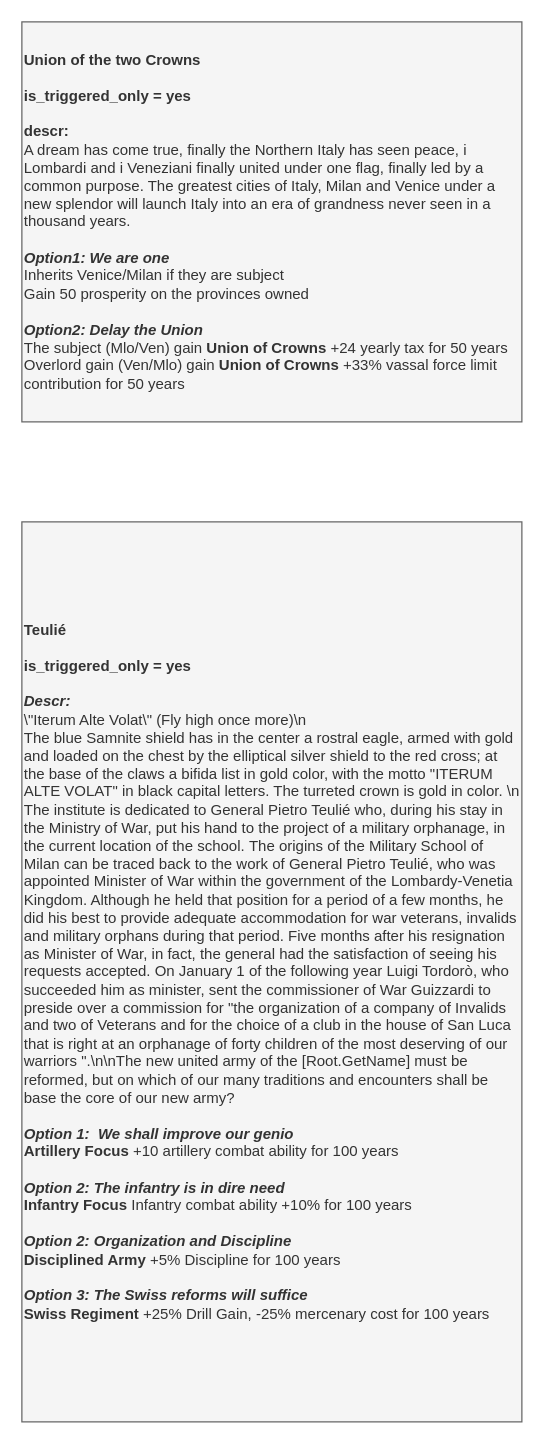
Earlier version of the draw.io diagram page "Events" (3 of 5) of It's Cotoletta and Moleche Time/It's Cotoletta and Moleche.drawio (Melvasul/Missions-Expanded). Source tidied: cells renumbered, new cells numbered last; positions are measured from the earlier drawing's top-left corner, leaving out a move shared by most shapes. Both pictures are drawn from the tidied source at 125%, with x=0, y=0 at pixel (21, 21).
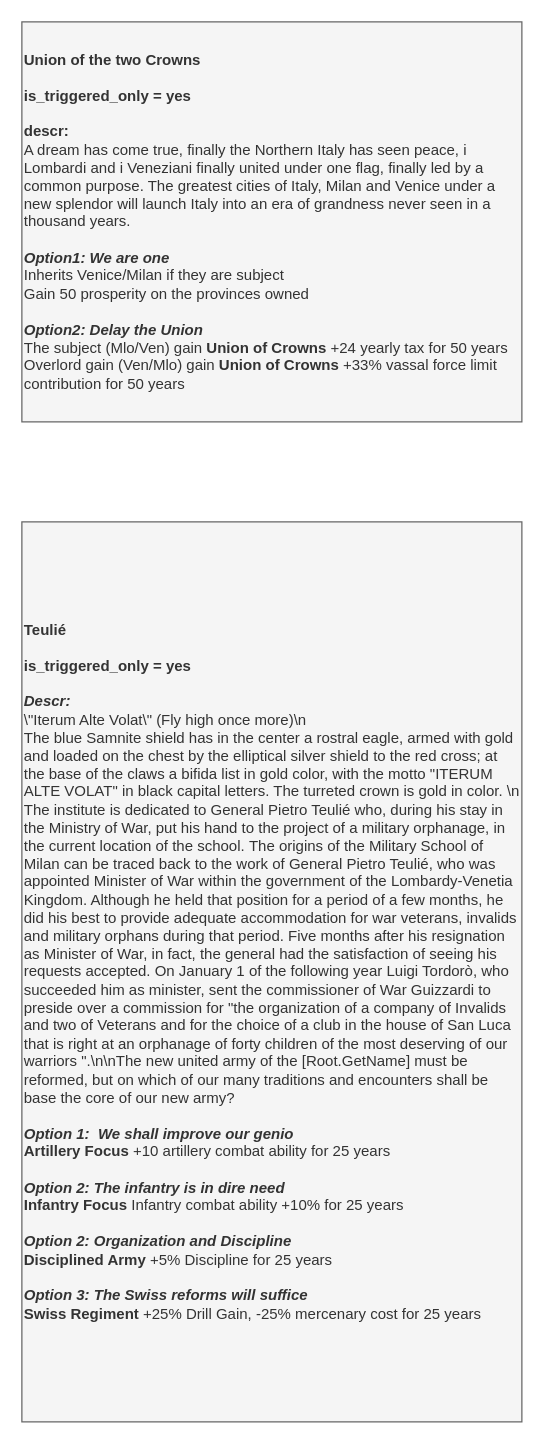
After the change.

Diff of the diagram source:
```diff
@@
 <mxGraphModel>
   <root>
     <mxCell id="0" />
     <mxCell id="1" parent="0" />
     <mxCell id="2" value="&lt;div style=&quot;font-size: 12px&quot;&gt;&lt;b&gt;Union of the two Crowns&lt;/b&gt;&lt;br&gt;&lt;/div&gt;&lt;div style=&quot;font-size: 12px&quot;&gt;&lt;span style=&quot;font-size: 12px&quot;&gt;&lt;br&gt;&lt;/span&gt;&lt;/div&gt;&lt;div style=&quot;font-size: 12px&quot;&gt;&lt;span style=&quot;font-size: 12px&quot;&gt;&lt;b&gt;is_triggered_only = yes&lt;/b&gt;&lt;/span&gt;&lt;/div&gt;&lt;div style=&quot;font-size: 12px&quot;&gt;&lt;span style=&quot;font-size: 12px&quot;&gt;&lt;br&gt;&lt;/span&gt;&lt;/div&gt;&lt;div style=&quot;font-size: 12px&quot;&gt;&lt;span style=&quot;font-size: 12px&quot;&gt;&lt;b&gt;descr:&lt;/b&gt;&lt;/span&gt;&lt;/div&gt;&lt;div style=&quot;font-size: 12px&quot;&gt;A dream has come true, finally the Northern Italy has seen peace, i Lombardi and i Veneziani finally united under one flag, finally led by a common purpose. The greatest cities of Italy, Milan and Venice under a new splendor will launch Italy into an era of grandness never seen in a thousand years.&lt;/div&gt;&lt;div style=&quot;font-size: 12px&quot;&gt;&lt;span style=&quot;font-size: 12px&quot;&gt;&lt;br style=&quot;font-size: 12px&quot;&gt;&lt;/span&gt;&lt;/div&gt;&lt;div style=&quot;font-size: 12px&quot;&gt;&lt;span style=&quot;font-size: 12px&quot;&gt;&lt;i&gt;&lt;b&gt;Option1: &lt;/b&gt;&lt;b&gt;We are one&lt;/b&gt;&lt;/i&gt;&lt;/span&gt;&lt;/div&gt;&lt;div style=&quot;font-size: 12px&quot;&gt;&lt;span style=&quot;font-size: 12px&quot;&gt;Inherits Venice/Milan if they are subject&lt;/span&gt;&lt;/div&gt;&lt;div style=&quot;font-size: 12px&quot;&gt;&lt;span style=&quot;font-size: 12px&quot;&gt;Gain 50 prosperity on the provinces owned&lt;/span&gt;&lt;/div&gt;&lt;div style=&quot;font-size: 12px&quot;&gt;&lt;span style=&quot;font-size: 12px&quot;&gt;&lt;br&gt;&lt;/span&gt;&lt;/div&gt;&lt;div style=&quot;font-size: 12px&quot;&gt;&lt;span style=&quot;font-size: 12px&quot;&gt;&lt;b&gt;&lt;i&gt;Option2: Delay the Union&lt;/i&gt;&lt;/b&gt;&lt;/span&gt;&lt;/div&gt;The subject (Mlo/Ven) gain &lt;b&gt;Union of Crowns&lt;/b&gt;&amp;nbsp;+24 yearly tax for 50 years&lt;br&gt;Overlord gain (Ven/Mlo) gain&amp;nbsp;&lt;b&gt;Union of Crowns&lt;/b&gt;&amp;nbsp;+33% vassal force limit contribution for 50 years" style="rounded=0;whiteSpace=wrap;html=1;fillColor=#f5f5f5;strokeColor=#666666;fontSize=12;fontColor=#333333;align=left;verticalAlign=middle;" parent="1" vertex="1">
       <mxGeometry width="400" height="320" as="geometry" />
     </mxCell>
-    <mxCell id="3" value="&lt;div style=&quot;font-size: 12px&quot;&gt;&lt;b&gt;Teulié&lt;/b&gt;&lt;/div&gt;&lt;div style=&quot;font-size: 12px&quot;&gt;&lt;br&gt;&lt;/div&gt;&lt;div style=&quot;font-size: 12px&quot;&gt;&lt;b&gt;is_triggered_only = yes&lt;/b&gt;&lt;/div&gt;&lt;div style=&quot;font-size: 12px&quot;&gt;&lt;b&gt;&lt;br&gt;&lt;/b&gt;&lt;/div&gt;&lt;div&gt;&lt;font&gt;&lt;div style=&quot;font-size: 12px&quot;&gt;&lt;b style=&quot;font-size: 12px&quot;&gt;&lt;i style=&quot;font-size: 12px&quot;&gt;Descr:&lt;/i&gt;&lt;/b&gt;&lt;/div&gt;&lt;div&gt;\&quot;Iterum Alte Volat\&quot; (Fly high once more)\n&lt;br&gt;&lt;/div&gt;&lt;div&gt;The blue Samnite shield has in the center a rostral eagle, armed with gold and loaded on the chest by the elliptical silver shield to the red cross; at the base of the claws a bifida list in gold color, with the motto &quot;ITERUM ALTE VOLAT&quot; in black capital letters. The turreted crown is gold in color. \n&lt;/div&gt;&lt;div&gt;The institute is dedicated to General Pietro Teulié who, during his stay in the Ministry of War, put his hand to the project of a military orphanage, in the current location of the school.&amp;nbsp;&lt;span&gt;The origins of the Military School of Milan can be traced back to the work of General Pietro Teulié, who was appointed Minister of War within the government of the Lombardy-Venetia Kingdom. Although he held that position for a period of a few months, he did his best to provide adequate accommodation for war veterans, invalids and military orphans during that period. Five months after his resignation as Minister of War, in fact, the general had the satisfaction of seeing his requests accepted. On January 1 of the following year Luigi Tordorò, who succeeded him as minister, sent the commissioner of War Guizzardi to preside over a commission for &quot;the organization of a company of Invalids and two of Veterans and for the choice of a club in the house of San Luca that is right at an orphanage of forty children of the most deserving of our warriors &quot;.&lt;/span&gt;&lt;span&gt;\n\n&lt;/span&gt;&lt;span&gt;The new united army of the [Root.GetName] must be reformed, but on which of our many traditions and encounters shall be base the core of our new army?&lt;/span&gt;&lt;/div&gt;&lt;div&gt;&lt;span&gt;&lt;br&gt;&lt;/span&gt;&lt;/div&gt;&lt;div&gt;&lt;b&gt;&lt;i&gt;Option 1:&lt;/i&gt;&lt;/b&gt;&lt;i&gt;&amp;nbsp;&amp;nbsp;&lt;b&gt;We shall improve our genio&lt;/b&gt;&lt;/i&gt;&lt;br&gt;&lt;b&gt;Artillery Focus&amp;nbsp;&lt;/b&gt;+10 artillery combat ability for 100 years&lt;br&gt;&lt;br&gt;&lt;i&gt;&lt;b&gt;Option 2:&amp;nbsp;&lt;/b&gt;&lt;/i&gt;&lt;b&gt;&lt;i&gt;The infantry is in dire need&lt;/i&gt;&lt;/b&gt;&lt;br&gt;&lt;b&gt;Infantry Focus&amp;nbsp;&lt;/b&gt;Infantry combat ability +10%&lt;span&gt;&amp;nbsp;&lt;/span&gt;&lt;span&gt;for 100 years&lt;/span&gt;&lt;/div&gt;&lt;/font&gt;&lt;/div&gt;&lt;font&gt;&lt;br&gt;&lt;b&gt;&lt;i&gt;Option 2:&amp;nbsp;Organization and Discipline&lt;/i&gt;&lt;/b&gt;&lt;br&gt;&lt;b&gt;Disciplined Army&lt;/b&gt;&amp;nbsp;+5% Discipline&amp;nbsp;for 100 years&lt;br&gt;&lt;br&gt;&lt;b&gt;&lt;i&gt;Option 3:&amp;nbsp;The Swiss reforms will suffice&lt;/i&gt;&lt;/b&gt;&lt;br&gt;&lt;b&gt;Swiss Regiment&amp;nbsp;&lt;/b&gt;+25% Drill Gain, -25% mercenary cost&lt;span style=&quot;color: rgba(0 , 0 , 0 , 0) ; font-family: monospace ; font-size: 0px&quot;&gt;del%3E%3Croot%3E%3CmxCell%20id%3D%220%22%2F%3E%3CmxCell%20id%3D%221%22%20parent%3D%220%22%2F%3E%3CmxCell%20id%3D%222%22%20value%3D%22%26lt%3Bdiv%20style%3D%26quot%3Bfont-size%3A%2012px%26quot%3B%26gt%3B%26lt%3Bb%26gt%3BNunziatella%26lt%3B%2Fb%26gt%3B%26lt%3B%2Fdiv%26gt%3B%26lt%3Bdiv%20style%3D%26quot%3Bfont-size%3A%2012px%26quot%3B%26gt%3B%26lt%3Bb%26gt%3B%26lt%3Bbr%26gt%3B%26lt%3B%2Fb%26gt%3B%26lt%3B%2Fdiv%26gt%3B%26lt%3Bdiv%20style%3D%26quot%3Bfont-size%3A%2012px%26quot%3B%26gt%3B%26lt%3Bb%26gt%3Bpotential%3A%26lt%3B%2Fb%26gt%3B%26lt%3B%2Fdiv%26gt%3B%26lt%3Bdiv%20style%3D%26quot%3Bfont-size%3A%2012px%26quot%3B%26gt%3BIs%20the%20TTS%26lt%3B%2Fdiv%26gt%3B%26lt%3Bdiv%20style%3D%26quot%3Bfont-size%3A%2012px%26quot%3B%26gt%3Bcompleted%20mission%3A%20Military%20Reforms%26lt%3B%2Fdiv%26gt%3B%26lt%3Bdiv%20style%3D%26quot%3Bfont-size%3A%2012px%26quot%3B%26gt%3B%26lt%3Bb%26gt%3B%26lt%3Bbr%26gt%3B%26lt%3B%2Fb%26gt%3B%26lt%3B%2Fdiv%26gt%3B%26lt%3Bdiv%20style%3D%26quot%3Bfont-size%3A%2012px%26quot%3B%26gt%3B%26lt%3Bb%26gt%3BAllow%3A%26lt%3B%2Fb%26gt%3B%26lt%3B%2Fdiv%26gt%3B%26lt%3Bdiv%20style%3D%26quot%3Bfont-size%3A%2012px%26quot%3B%26gt%3B%26lt%3Bbr%26gt%3B%26lt%3B%2Fdiv%26gt%3B%26lt%3Bdiv%20style%3D%26quot%3Bfont-size%3A%2012px%26quot%3B%26gt%3B%26lt%3Bb%26gt%3B%26lt%3Bbr%26gt%3B%26lt%3B%2Fb%26gt%3B%26lt%3B%2Fdiv%26gt%3B%26lt%3Bdiv%26gt%3B%26lt%3Bfont%26gt%3B%26lt%3Bdiv%20style%3D%26quot%3Bfont-size%3A%2012px%26quot%3B%26gt%3B%26lt%3Bb%20style%3D%26quot%3Bfont-size%3A%2012px%26quot%3B%26gt%3B%26lt%3Bi%20style%3D%26quot%3Bfont-size%3A%2012px%26quot%3B%26gt%3BDescr%3A%26amp%3Bnbsp%3B%26lt%3B%2Fi%26gt%3B%26lt%3B%2Fb%26gt%3B%26lt%3B%2Fdiv%26gt%3B%26lt%3Bdiv%20style%3D%26quot%3Bfont-size%3A%2012px%26quot%3B%26gt%3B%26lt%3B%2Fdiv%26gt%3B%26lt%3B%2Ffont%26gt%3B%26lt%3B%2Fdiv%26gt%3B%26lt%3Bfont%26gt%3B%26lt%3Bbr%26gt%3B%26lt%3B%2Ffont%26gt%3B%22%20style%3D%22rounded%3D0%3BwhiteSpace%3Dwrap%3Bhtml%3D1%3Balign%3Dleft%3BfontSize%3D12%3BfillColor%3D%23f5f5f5%3BstrokeColor%3D%23666666%3BfontColor%3D%23333333%3BfontFamily%3DHelvetica%3B%22%20vertex%3D%221%22%20parent%3D%221%22%3E%3CmxGeometry%20x%3D%22480%22%20width%3D%22400%22%20height%3D%22320%22%20as%3D%22geometry%22%2F%3E%3C%2FmxCell%3E%3C%2Froot%3E%3C%2FmxGraphModel%dasdasdasdasddadasdasd3E&lt;b&gt;Lo11&lt;/b&gt;&lt;/span&gt;&amp;nbsp;for 100 years&lt;br&gt;&lt;/font&gt;" style="rounded=0;whiteSpace=wrap;html=1;align=left;fontSize=12;fillColor=#f5f5f5;strokeColor=#666666;fontColor=#333333;fontFamily=Helvetica;" parent="1" vertex="1">
+    <mxCell id="3" value="&lt;div style=&quot;font-size: 12px&quot;&gt;&lt;b&gt;Teulié&lt;/b&gt;&lt;/div&gt;&lt;div style=&quot;font-size: 12px&quot;&gt;&lt;br&gt;&lt;/div&gt;&lt;div style=&quot;font-size: 12px&quot;&gt;&lt;b&gt;is_triggered_only = yes&lt;/b&gt;&lt;/div&gt;&lt;div style=&quot;font-size: 12px&quot;&gt;&lt;b&gt;&lt;br&gt;&lt;/b&gt;&lt;/div&gt;&lt;div&gt;&lt;font&gt;&lt;div style=&quot;font-size: 12px&quot;&gt;&lt;b style=&quot;font-size: 12px&quot;&gt;&lt;i style=&quot;font-size: 12px&quot;&gt;Descr:&lt;/i&gt;&lt;/b&gt;&lt;/div&gt;&lt;div&gt;\&quot;Iterum Alte Volat\&quot; (Fly high once more)\n&lt;br&gt;&lt;/div&gt;&lt;div&gt;The blue Samnite shield has in the center a rostral eagle, armed with gold and loaded on the chest by the elliptical silver shield to the red cross; at the base of the claws a bifida list in gold color, with the motto &quot;ITERUM ALTE VOLAT&quot; in black capital letters. The turreted crown is gold in color. \n&lt;/div&gt;&lt;div&gt;The institute is dedicated to General Pietro Teulié who, during his stay in the Ministry of War, put his hand to the project of a military orphanage, in the current location of the school.&amp;nbsp;&lt;span&gt;The origins of the Military School of Milan can be traced back to the work of General Pietro Teulié, who was appointed Minister of War within the government of the Lombardy-Venetia Kingdom. Although he held that position for a period of a few months, he did his best to provide adequate accommodation for war veterans, invalids and military orphans during that period. Five months after his resignation as Minister of War, in fact, the general had the satisfaction of seeing his requests accepted. On January 1 of the following year Luigi Tordorò, who succeeded him as minister, sent the commissioner of War Guizzardi to preside over a commission for &quot;the organization of a company of Invalids and two of Veterans and for the choice of a club in the house of San Luca that is right at an orphanage of forty children of the most deserving of our warriors &quot;.&lt;/span&gt;&lt;span&gt;\n\n&lt;/span&gt;&lt;span&gt;The new united army of the [Root.GetName] must be reformed, but on which of our many traditions and encounters shall be base the core of our new army?&lt;/span&gt;&lt;/div&gt;&lt;div&gt;&lt;span&gt;&lt;br&gt;&lt;/span&gt;&lt;/div&gt;&lt;div&gt;&lt;b&gt;&lt;i&gt;Option 1:&lt;/i&gt;&lt;/b&gt;&lt;i&gt;&amp;nbsp;&amp;nbsp;&lt;b&gt;We shall improve our genio&lt;/b&gt;&lt;/i&gt;&lt;br&gt;&lt;b&gt;Artillery Focus&amp;nbsp;&lt;/b&gt;+10 artillery combat ability for 25 years&lt;br&gt;&lt;br&gt;&lt;i&gt;&lt;b&gt;Option 2:&amp;nbsp;&lt;/b&gt;&lt;/i&gt;&lt;b&gt;&lt;i&gt;The infantry is in dire need&lt;/i&gt;&lt;/b&gt;&lt;br&gt;&lt;b&gt;Infantry Focus&amp;nbsp;&lt;/b&gt;Infantry combat ability +10%&lt;span&gt;&amp;nbsp;&lt;/span&gt;&lt;span&gt;for 25 years&lt;/span&gt;&lt;/div&gt;&lt;/font&gt;&lt;/div&gt;&lt;font&gt;&lt;br&gt;&lt;b&gt;&lt;i&gt;Option 2:&amp;nbsp;Organization and Discipline&lt;/i&gt;&lt;/b&gt;&lt;br&gt;&lt;b&gt;Disciplined Army&lt;/b&gt;&amp;nbsp;+5% Discipline&amp;nbsp;for 25 years&lt;br&gt;&lt;br&gt;&lt;b&gt;&lt;i&gt;Option 3:&amp;nbsp;The Swiss reforms will suffice&lt;/i&gt;&lt;/b&gt;&lt;br&gt;&lt;b&gt;Swiss Regiment&amp;nbsp;&lt;/b&gt;+25% Drill Gain, -25% mercenary cost&lt;span style=&quot;color: rgba(0 , 0 , 0 , 0) ; font-family: monospace ; font-size: 0px&quot;&gt;del%3E%3Croot%3E%3CmxCell%20id%3D%220%22%2F%3E%3CmxCell%20id%3D%221%22%20parent%3D%220%22%2F%3E%3CmxCell%20id%3D%222%22%20value%3D%22%26lt%3Bdiv%20style%3D%26quot%3Bfont-size%3A%2012px%26quot%3B%26gt%3B%26lt%3Bb%26gt%3BNunziatella%26lt%3B%2Fb%26gt%3B%26lt%3B%2Fdiv%26gt%3B%26lt%3Bdiv%20style%3D%26quot%3Bfont-size%3A%2012px%26quot%3B%26gt%3B%26lt%3Bb%26gt%3B%26lt%3Bbr%26gt%3B%26lt%3B%2Fb%26gt%3B%26lt%3B%2Fdiv%26gt%3B%26lt%3Bdiv%20style%3D%26quot%3Bfont-size%3A%2012px%26quot%3B%26gt%3B%26lt%3Bb%26gt%3Bpotential%3A%26lt%3B%2Fb%26gt%3B%26lt%3B%2Fdiv%26gt%3B%26lt%3Bdiv%20style%3D%26quot%3Bfont-size%3A%2012px%26quot%3B%26gt%3BIs%20the%20TTS%26lt%3B%2Fdiv%26gt%3B%26lt%3Bdiv%20style%3D%26quot%3Bfont-size%3A%2012px%26quot%3B%26gt%3Bcompleted%20mission%3A%20Military%20Reforms%26lt%3B%2Fdiv%26gt%3B%26lt%3Bdiv%20style%3D%26quot%3Bfont-size%3A%2012px%26quot%3B%26gt%3B%26lt%3Bb%26gt%3B%26lt%3Bbr%26gt%3B%26lt%3B%2Fb%26gt%3B%26lt%3B%2Fdiv%26gt%3B%26lt%3Bdiv%20style%3D%26quot%3Bfont-size%3A%2012px%26quot%3B%26gt%3B%26lt%3Bb%26gt%3BAllow%3A%26lt%3B%2Fb%26gt%3B%26lt%3B%2Fdiv%26gt%3B%26lt%3Bdiv%20style%3D%26quot%3Bfont-size%3A%2012px%26quot%3B%26gt%3B%26lt%3Bbr%26gt%3B%26lt%3B%2Fdiv%26gt%3B%26lt%3Bdiv%20style%3D%26quot%3Bfont-size%3A%2012px%26quot%3B%26gt%3B%26lt%3Bb%26gt%3B%26lt%3Bbr%26gt%3B%26lt%3B%2Fb%26gt%3B%26lt%3B%2Fdiv%26gt%3B%26lt%3Bdiv%26gt%3B%26lt%3Bfont%26gt%3B%26lt%3Bdiv%20style%3D%26quot%3Bfont-size%3A%2012px%26quot%3B%26gt%3B%26lt%3Bb%20style%3D%26quot%3Bfont-size%3A%2012px%26quot%3B%26gt%3B%26lt%3Bi%20style%3D%26quot%3Bfont-size%3A%2012px%26quot%3B%26gt%3BDescr%3A%26amp%3Bnbsp%3B%26lt%3B%2Fi%26gt%3B%26lt%3B%2Fb%26gt%3B%26lt%3B%2Fdiv%26gt%3B%26lt%3Bdiv%20style%3D%26quot%3Bfont-size%3A%2012px%26quot%3B%26gt%3B%26lt%3B%2Fdiv%26gt%3B%26lt%3B%2Ffont%26gt%3B%26lt%3B%2Fdiv%26gt%3B%26lt%3Bfont%26gt%3B%26lt%3Bbr%26gt%3B%26lt%3B%2Ffont%26gt%3B%22%20style%3D%22rounded%3D0%3BwhiteSpace%3Dwrap%3Bhtml%3D1%3Balign%3Dleft%3BfontSize%3D12%3BfillColor%3D%23f5f5f5%3BstrokeColor%3D%23666666%3BfontColor%3D%23333333%3BfontFamily%3DHelvetica%3B%22%20vertex%3D%221%22%20parent%3D%221%22%3E%3CmxGeometry%20x%3D%22480%22%20width%3D%22400%22%20height%3D%22320%22%20as%3D%22geometry%22%2F%3E%3C%2FmxCell%3E%3C%2Froot%3E%3C%2FmxGraphModel%dasdasdasdasddadasdasd3E&lt;b&gt;Lo11&lt;/b&gt;&lt;/span&gt;&amp;nbsp;for 25 years&lt;br&gt;&lt;/font&gt;" style="rounded=0;whiteSpace=wrap;html=1;align=left;fontSize=12;fillColor=#f5f5f5;strokeColor=#666666;fontColor=#333333;fontFamily=Helvetica;" parent="1" vertex="1">
       <mxGeometry y="400" width="400" height="720" as="geometry" />
     </mxCell>
   </root>
 </mxGraphModel>
```
